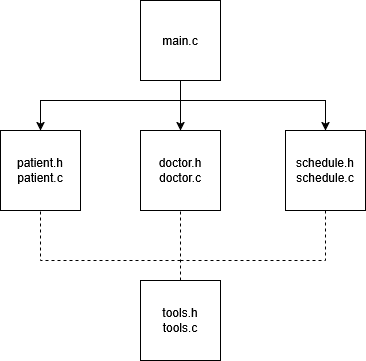
This is docs/system_diagram.png from metalmind/comp2510_final_project_Hospital_Management_System, a draw.io export, as it was before one commit. Source tidied: cells renumbered, new cells last; positions are measured from the earlier drawing's top-left corner, leaving out a move shared by most shapes. The source it was exported from:
```xml
<mxGraphModel>
  <root>
    <mxCell id="0" />
    <mxCell id="1" parent="0" />
    <mxCell id="2" value="main.c" style="whiteSpace=wrap;html=1;" parent="1" vertex="1">
      <mxGeometry x="140" width="80" height="80" as="geometry" />
    </mxCell>
    <mxCell id="3" value="&lt;div&gt;doctor.h&lt;/div&gt;&lt;div&gt;doctor.c&lt;/div&gt;" style="whiteSpace=wrap;html=1;" parent="1" vertex="1">
      <mxGeometry x="140" y="130" width="80" height="80" as="geometry" />
    </mxCell>
    <mxCell id="4" value="&lt;div&gt;patient.h&lt;/div&gt;&lt;div&gt;patient.c&lt;/div&gt;" style="whiteSpace=wrap;html=1;" parent="1" vertex="1">
      <mxGeometry y="130" width="80" height="80" as="geometry" />
    </mxCell>
    <mxCell id="5" value="&lt;div&gt;schedule.h&lt;/div&gt;&lt;div&gt;schedule.c&lt;/div&gt;" style="whiteSpace=wrap;html=1;" parent="1" vertex="1">
      <mxGeometry x="285" y="130" width="80" height="80" as="geometry" />
    </mxCell>
    <mxCell id="6" style="endArrow=classic;html=1;rounded=0;exitX=0.5;exitY=1;exitDx=0;exitDy=0;entryX=0.5;entryY=0;entryDx=0;entryDy=0;" parent="1" edge="1" source="2" target="3">
      <mxGeometry relative="1" as="geometry" />
    </mxCell>
    <mxCell id="7" style="endArrow=classic;html=1;rounded=0;entryX=0.5;entryY=0;entryDx=0;entryDy=0;" parent="1" edge="1" target="5">
      <mxGeometry relative="1" as="geometry">
        <mxPoint x="180" y="100" as="sourcePoint" />
        <Array as="points">
          <mxPoint x="325" y="100" />
        </Array>
      </mxGeometry>
    </mxCell>
    <mxCell id="8" style="endArrow=classic;html=1;rounded=0;entryX=0.5;entryY=0;entryDx=0;entryDy=0;" parent="1" edge="1" target="4">
      <mxGeometry relative="1" as="geometry">
        <mxPoint x="180" y="100" as="sourcePoint" />
        <Array as="points">
          <mxPoint x="40" y="100" />
        </Array>
      </mxGeometry>
    </mxCell>
    <mxCell id="9" value="&lt;div&gt;tools.h&lt;/div&gt;&lt;div&gt;tools.c&lt;/div&gt;" style="whiteSpace=wrap;html=1;" parent="1" vertex="1">
      <mxGeometry x="140" y="280" width="80" height="80" as="geometry" />
    </mxCell>
    <mxCell id="10" style="endArrow=none;dashed=1;html=1;rounded=0;entryX=0.5;entryY=1;entryDx=0;entryDy=0;exitX=0.5;exitY=0;exitDx=0;exitDy=0;" parent="1" edge="1" source="9" target="3">
      <mxGeometry relative="1" as="geometry" />
    </mxCell>
    <mxCell id="11" style="endArrow=none;dashed=1;html=1;rounded=0;entryX=0.5;entryY=1;entryDx=0;entryDy=0;" parent="1" edge="1" target="4">
      <mxGeometry relative="1" as="geometry">
        <mxPoint x="180" y="260" as="sourcePoint" />
        <Array as="points">
          <mxPoint x="40" y="260" />
        </Array>
      </mxGeometry>
    </mxCell>
    <mxCell id="12" style="endArrow=none;dashed=1;html=1;rounded=0;entryX=0.5;entryY=1;entryDx=0;entryDy=0;" parent="1" edge="1" target="5">
      <mxGeometry relative="1" as="geometry">
        <mxPoint x="180" y="260" as="sourcePoint" />
        <Array as="points">
          <mxPoint x="325" y="260" />
        </Array>
      </mxGeometry>
    </mxCell>
  </root>
</mxGraphModel>
```
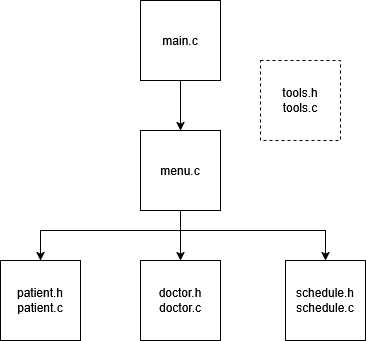
After the commit.

Change to the diagram source:
```diff
@@ -2,7 +2,7 @@
   <root>
     <mxCell id="0" />
     <mxCell id="1" parent="0" />
-    <mxCell id="2" value="main.c" style="whiteSpace=wrap;html=1;" parent="1" vertex="1">
+    <mxCell id="2" value="menu.c" style="whiteSpace=wrap;html=1;" parent="1" vertex="1">
       <mxGeometry x="140" width="80" height="80" as="geometry" />
     </mxCell>
     <mxCell id="3" value="&lt;div&gt;doctor.h&lt;/div&gt;&lt;div&gt;doctor.c&lt;/div&gt;" style="whiteSpace=wrap;html=1;" parent="1" vertex="1">
@@ -33,27 +33,14 @@
         </Array>
       </mxGeometry>
     </mxCell>
-    <mxCell id="9" value="&lt;div&gt;tools.h&lt;/div&gt;&lt;div&gt;tools.c&lt;/div&gt;" style="whiteSpace=wrap;html=1;" parent="1" vertex="1">
-      <mxGeometry x="140" y="280" width="80" height="80" as="geometry" />
+    <mxCell id="9" value="&lt;div&gt;tools.h&lt;/div&gt;&lt;div&gt;tools.c&lt;/div&gt;" style="whiteSpace=wrap;html=1;dashed=1;" parent="1" vertex="1">
+      <mxGeometry x="260" y="-70" width="80" height="80" as="geometry" />
     </mxCell>
-    <mxCell id="10" style="endArrow=none;dashed=1;html=1;rounded=0;entryX=0.5;entryY=1;entryDx=0;entryDy=0;exitX=0.5;exitY=0;exitDx=0;exitDy=0;" parent="1" edge="1" source="9" target="3">
-      <mxGeometry relative="1" as="geometry" />
-    </mxCell>
-    <mxCell id="11" style="endArrow=none;dashed=1;html=1;rounded=0;entryX=0.5;entryY=1;entryDx=0;entryDy=0;" parent="1" edge="1" target="4">
-      <mxGeometry relative="1" as="geometry">
-        <mxPoint x="180" y="260" as="sourcePoint" />
-        <Array as="points">
-          <mxPoint x="40" y="260" />
-        </Array>
-      </mxGeometry>
-    </mxCell>
-    <mxCell id="12" style="endArrow=none;dashed=1;html=1;rounded=0;entryX=0.5;entryY=1;entryDx=0;entryDy=0;" parent="1" edge="1" target="5">
-      <mxGeometry relative="1" as="geometry">
-        <mxPoint x="180" y="260" as="sourcePoint" />
-        <Array as="points">
-          <mxPoint x="325" y="260" />
-        </Array>
-      </mxGeometry>
-    </mxCell>
+    <mxCell id="13" style="edgeStyle=orthogonalEdgeStyle;rounded=0;jettySize=auto;html=1;exitX=0.5;exitY=1;exitDx=0;exitDy=0;entryX=0.5;entryY=0;entryDx=0;entryDy=0;" parent="1" edge="1" source="14" target="2">
+      <mxGeometry relative="1" as="geometry" />
+    </mxCell>
+    <mxCell id="14" value="main.c" style="whiteSpace=wrap;html=1;" parent="1" vertex="1">
+      <mxGeometry x="140" y="-130" width="80" height="80" as="geometry" />
+    </mxCell>
   </root>
 </mxGraphModel>
```
